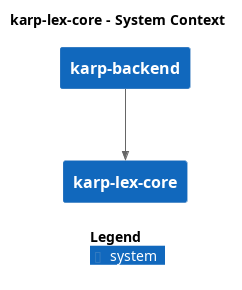
This is docs/karp-backend/docs/system-overview/master/png/LexCoreSystemContext.png from spraakbanken/karp-backend, a PlantUML export, as it was before one commit. Source of this version:
```plantuml
@startuml
set separator none
title karp-lex-core - System Context

top to bottom direction

!include <C4/C4>
!include <C4/C4_Context>

System(karplexcore, "karp-lex-core", $descr="", $tags="", $link="")
System(karpbackend, "karp-backend", $descr="", $tags="", $link="")

Rel_D(karpbackend, karplexcore, "", $techn="", $tags="", $link="")

SHOW_LEGEND(true)
@enduml
```
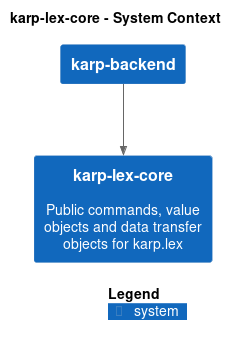
The same diagram one commit later.

Diff of the diagram source:
```diff
@@ -7,7 +7,7 @@
 !include <C4/C4>
 !include <C4/C4_Context>
 
-System(karplexcore, "karp-lex-core", $descr="", $tags="", $link="")
+System(karplexcore, "karp-lex-core", $descr="Public commands, value objects and data transfer objects for karp.lex", $tags="", $link="")
 System(karpbackend, "karp-backend", $descr="", $tags="", $link="")
 
 Rel_D(karpbackend, karplexcore, "", $techn="", $tags="", $link="")
```
